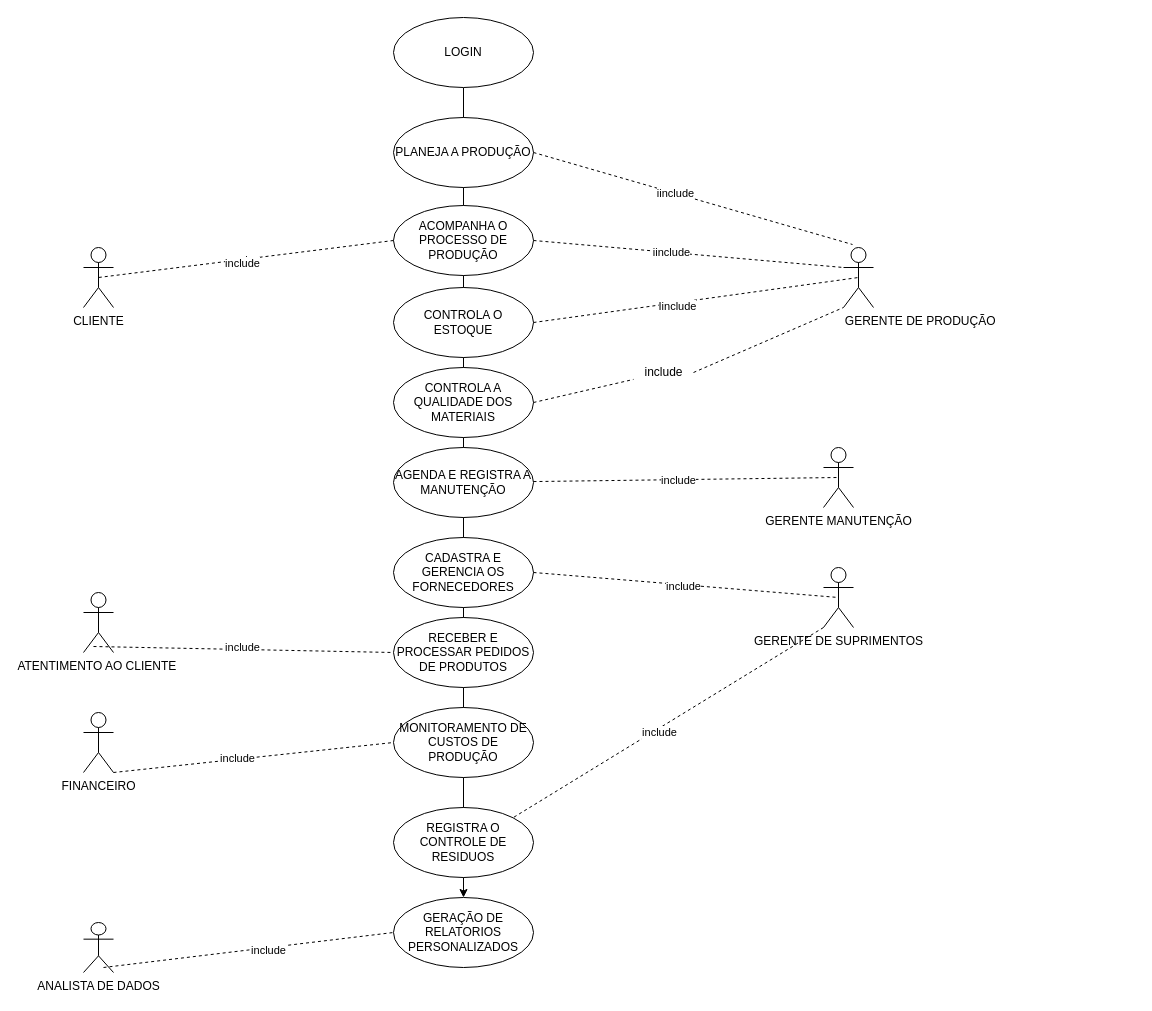
Above: Diagrama sem nome.drawio in michaelzin/Alumicad (draw.io), before the change. Source tidied: cells renumbered, new cells numbered last; positions are measured from the earlier drawing's top-left corner, leaving out a move shared by most shapes. Both pictures are drawn from the tidied source at 100%, with x=0, y=0 at pixel (83, 17).
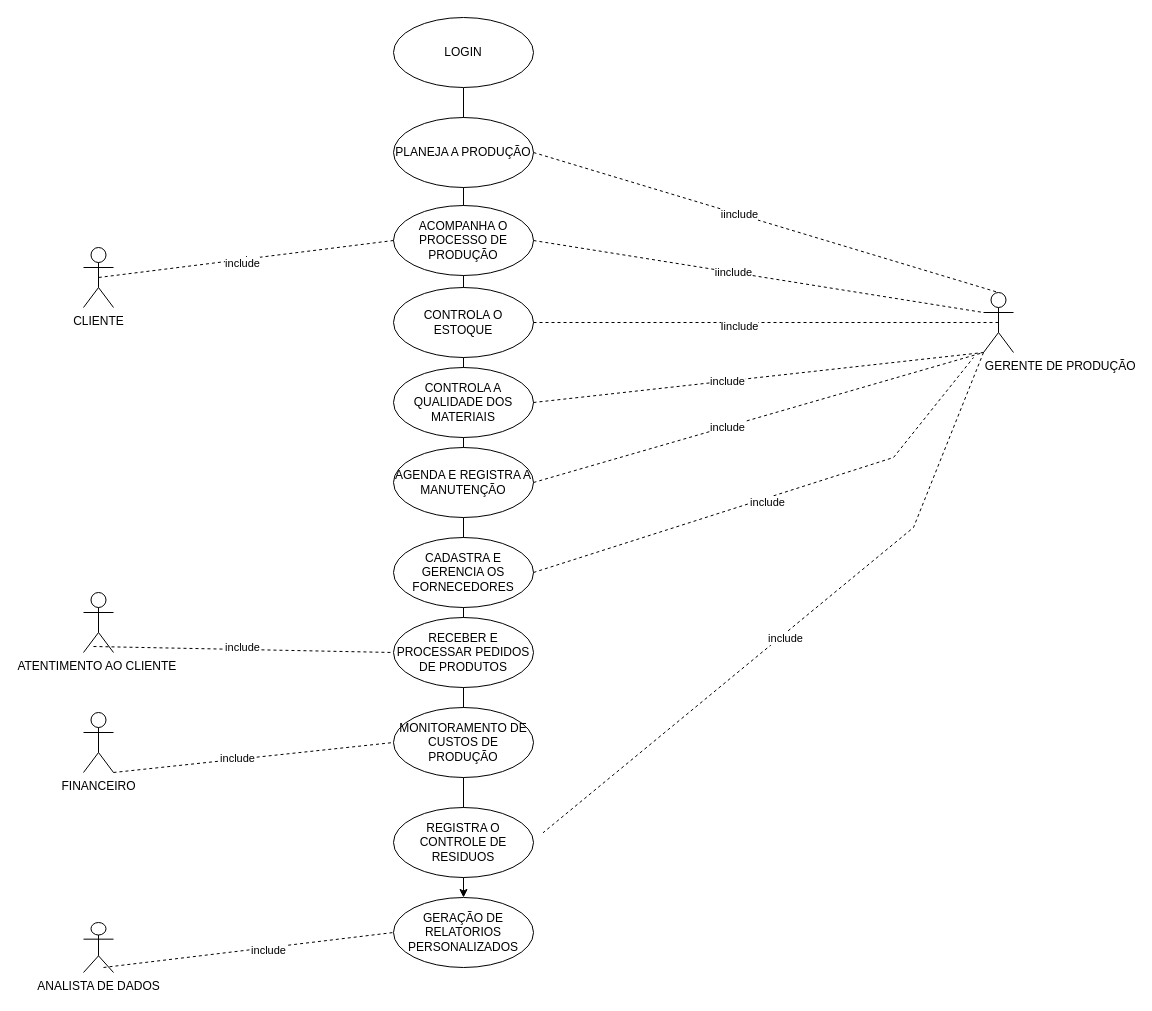
The same diagram, later.

Commit message:
diagrama de caso de uso

Unchanged cells that the change refers to:
```xml
<mxCell id="10" value="PLANEJA A PRODUÇÃO" style="ellipse;whiteSpace=wrap;html=1;" parent="1" vertex="1">
  <mxGeometry x="310" y="100" width="140" height="70" as="geometry" />
</mxCell>
<mxCell id="15" value="CONTROLA A QUALIDADE DOS MATERIAIS" style="ellipse;whiteSpace=wrap;html=1;" parent="1" vertex="1">
  <mxGeometry x="310" y="350" width="140" height="70" as="geometry" />
</mxCell>
<mxCell id="16" value="AGENDA E REGISTRA A MANUTENÇÃO" style="ellipse;whiteSpace=wrap;html=1;" parent="1" vertex="1">
  <mxGeometry x="310" y="430" width="140" height="70" as="geometry" />
</mxCell>
<mxCell id="19" value="CADASTRA E GERENCIA OS FORNECEDORES" style="ellipse;whiteSpace=wrap;html=1;" parent="1" vertex="1">
  <mxGeometry x="310" y="520" width="140" height="70" as="geometry" />
</mxCell>
<mxCell id="25" value="REGISTRA O CONTROLE DE RESIDUOS" style="ellipse;whiteSpace=wrap;html=1;" parent="1" vertex="1">
  <mxGeometry x="310" y="790" width="140" height="70" as="geometry" />
</mxCell>
```

Change to the diagram source:
```diff
@@
-    <mxCell id="2" value="GERENTE MANUTENÇÃO" style="shape=umlActor;verticalLabelPosition=bottom;verticalAlign=top;html=1;" parent="1" vertex="1">
-      <mxGeometry x="740" y="430" width="30" height="60" as="geometry" />
-    </mxCell>
     <mxCell id="3" value="&amp;nbsp; &amp;nbsp; &amp;nbsp; &amp;nbsp; &amp;nbsp; &amp;nbsp; &amp;nbsp; &amp;nbsp; &amp;nbsp; &amp;nbsp; &amp;nbsp; &amp;nbsp; &amp;nbsp; &amp;nbsp; &amp;nbsp; &amp;nbsp; &amp;nbsp; &amp;nbsp; &amp;nbsp;GERENTE DE PRODUÇÃO" style="shape=umlActor;verticalLabelPosition=bottom;verticalAlign=top;html=1;" parent="1" vertex="1">
-      <mxGeometry x="760" y="230" width="30" height="60" as="geometry" />
+      <mxGeometry x="900" y="275" width="30" height="60" as="geometry" />
     </mxCell>
-    <mxCell id="4" value="GERENTE DE SUPRIMENTOS" style="shape=umlActor;verticalLabelPosition=bottom;verticalAlign=top;html=1;" parent="1" vertex="1">
-      <mxGeometry x="740" y="550" width="30" height="60" as="geometry" />
-    </mxCell>
@@
-    <mxCell id="11" style="endArrow=none;dashed=1;html=1;rounded=0;entryX=0.3;entryY=-0.05;entryDx=0;entryDy=0;entryPerimeter=0;exitX=1;exitY=0.5;exitDx=0;exitDy=0;" parent="1" edge="1" source="10" target="3">
+    <mxCell id="11" style="endArrow=none;dashed=1;html=1;rounded=0;entryX=0.5;entryY=0;entryDx=0;entryDy=0;entryPerimeter=0;exitX=1;exitY=0.5;exitDx=0;exitDy=0;" parent="1" edge="1" source="10" target="3">
       <mxGeometry relative="1" as="geometry" />
     </mxCell>
@@
-    <mxCell id="17" style="endArrow=none;dashed=1;html=1;rounded=0;entryX=0.5;entryY=0.5;entryDx=0;entryDy=0;entryPerimeter=0;" parent="1" edge="1" source="16" target="2">
-      <mxGeometry relative="1" as="geometry" />
-    </mxCell>
-    <mxCell id="18" value="include" style="edgeLabel;html=1;align=center;verticalAlign=middle;" parent="17" vertex="1">
-      <mxGeometry x="-0.05" relative="1" as="geometry" />
-    </mxCell>
@@
-    <mxCell id="20" style="endArrow=none;dashed=1;html=1;rounded=0;entryX=0.5;entryY=0.5;entryDx=0;entryDy=0;entryPerimeter=0;exitX=1;exitY=0.5;exitDx=0;exitDy=0;" parent="1" edge="1" source="19" target="4">
-      <mxGeometry relative="1" as="geometry" />
+    <mxCell id="20" style="endArrow=none;dashed=1;html=1;rounded=0;exitX=1;exitY=0.5;exitDx=0;exitDy=0;" parent="1" edge="1" source="19">
+      <mxGeometry relative="1" as="geometry">
+        <mxPoint x="890" y="340" as="targetPoint" />
+        <Array as="points">
+          <mxPoint x="810" y="440" />
+        </Array>
+      </mxGeometry>
     </mxCell>
@@
-    <mxCell id="29" style="endArrow=none;dashed=1;html=1;rounded=0;exitX=0;exitY=1;exitDx=0;exitDy=0;exitPerimeter=0;entryX=1;entryY=0;entryDx=0;entryDy=0;" parent="1" edge="1" source="4" target="25">
-      <mxGeometry relative="1" as="geometry" />
+    <mxCell id="29" style="endArrow=none;dashed=1;html=1;rounded=0;exitX=0;exitY=1;exitDx=0;exitDy=0;exitPerimeter=0;entryX=1;entryY=0;entryDx=0;entryDy=0;" parent="1" edge="1" source="3">
+      <mxGeometry relative="1" as="geometry">
+        <mxPoint x="459.5" y="815.3" as="targetPoint" />
+        <Array as="points">
+          <mxPoint x="830" y="510" />
+        </Array>
+      </mxGeometry>
     </mxCell>
@@
-    <mxCell id="38" style="endArrow=none;dashed=1;html=1;rounded=0;exitX=1;exitY=0.5;exitDx=0;exitDy=0;entryX=0;entryY=1;entryDx=0;entryDy=0;entryPerimeter=0;" parent="1" edge="1" source="40" target="3">
-      <mxGeometry relative="1" as="geometry" />
+    <mxCell id="38" style="endArrow=none;dashed=1;html=1;rounded=0;exitX=1;exitY=0.5;exitDx=0;exitDy=0;entryX=0;entryY=1;entryDx=0;entryDy=0;entryPerimeter=0;" parent="1" edge="1" source="15">
+      <mxGeometry relative="1" as="geometry">
+        <mxPoint x="900" y="335" as="targetPoint" />
+      </mxGeometry>
     </mxCell>
-    <mxCell id="39" style="endArrow=none;dashed=1;html=1;rounded=0;exitX=1;exitY=0.5;exitDx=0;exitDy=0;" parent="1" edge="1" source="15" target="40">
-      <mxGeometry relative="1" as="geometry" />
-    </mxCell>
-    <mxCell id="40" value="include" style="text;html=1;align=center;verticalAlign=middle;points=[];strokeColor=none;fillColor=none;" parent="1" vertex="1">
-      <mxGeometry x="550" y="340" width="60" height="30" as="geometry" />
-    </mxCell>
+    <mxCell id="45" value="include" style="edgeLabel;html=1;align=center;verticalAlign=middle;" parent="38" vertex="1">
+      <mxGeometry x="-0.14" relative="1" as="geometry" />
+    </mxCell>
@@
+    <mxCell id="46" style="endArrow=none;dashed=1;html=1;rounded=0;exitX=1;exitY=0.5;exitDx=0;exitDy=0;entryX=0;entryY=1;entryDx=0;entryDy=0;entryPerimeter=0;" parent="1" edge="1" source="16" target="3">
+      <mxGeometry relative="1" as="geometry" />
+    </mxCell>
+    <mxCell id="47" value="include" style="edgeLabel;html=1;align=center;verticalAlign=middle;" parent="46" vertex="1">
+      <mxGeometry x="-0.14" relative="1" as="geometry" />
+    </mxCell>
```
